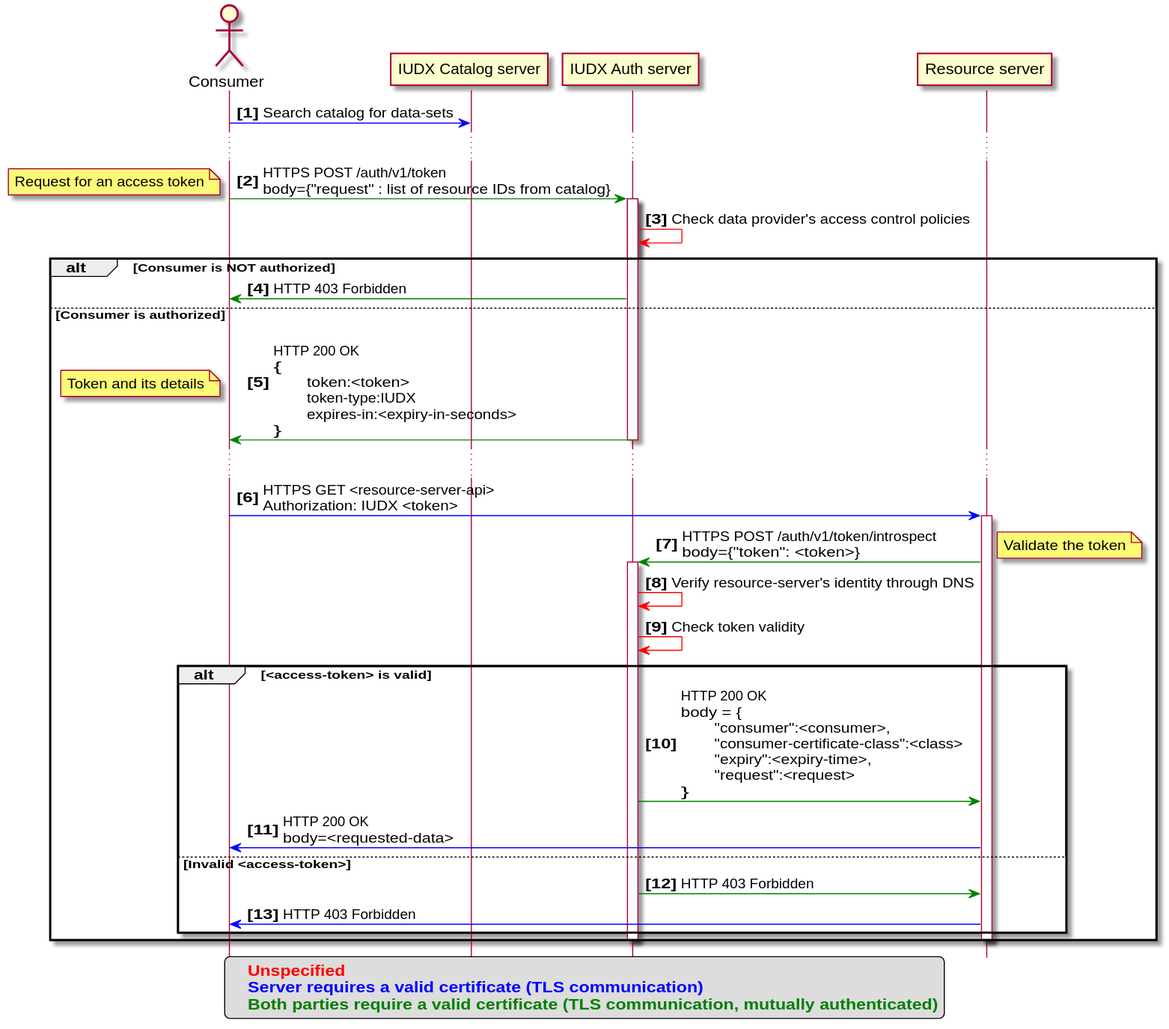
This is auth/consumer.svg from datasetu/datasetu.github.io, a PlantUML export, as it was before one commit. The source it was exported from:
```plantuml
@startuml
hide footbox

autonumber "<b>[0]"

actor "Consumer" as c


participant "IUDX Catalog server" as catalog

participant "IUDX Auth server" as auth
participant "Resource server" as rs

c -[#blue]> catalog : Search catalog for data-sets
...

c -[#green]> auth : HTTPS POST /auth/v1/token\nbody={"request" : list of resource IDs from catalog}
note left: Request for an access token

activate auth
auth -[#red]> auth : Check data provider's access control policies

alt Consumer is NOT authorized
    auth -[#green]> c : HTTP 403 Forbidden

else Consumer is authorized

    auth -[#green]> c : \nHTTP 200 OK\n{\n\ttoken:<token>\n\ttoken-type:IUDX\n\texpires-in:<expiry-in-seconds>\n}
    note left: Token and its details
    deactivate auth

    ...

    c -[#blue]> rs : HTTPS GET <resource-server-api>\nAuthorization: IUDX <token>
    activate rs
    rs -[#green]> auth : HTTPS POST /auth/v1/token/introspect\nbody={"token": <token>}
    note right: Validate the token
    activate auth

    auth -[#red]> auth: Verify resource-server's identity through DNS

    auth -[#red]> auth: Check token validity

    alt <access-token> is valid
        auth -[#green]> rs : HTTP 200 OK\nbody = {\n\t"consumer":<consumer>,\n\t"consumer-certificate-class":<class>\n\t"expiry":<expiry-time>,\n\t"request":<request>\n}

        rs -[#blue]> c : HTTP 200 OK\nbody=<requested-data>

    else Invalid <access-token>
        auth -[#green]> rs: HTTP 403 Forbidden
        rs -[#blue]> c : HTTP 403 Forbidden
    end

    deactivate auth
    deactivate rs
end

legend
<back:#red>   </back> <font color=red><b>Unspecified</b></font>
<back:blue>   </back> <font color=blue><b>Server requires a valid certificate (TLS communication)</b></font>
<back:green>   </back> <font color=green><b>Both parties require a valid certificate (TLS communication, mutually authenticated)</b></font>
endlegend
@enduml
```
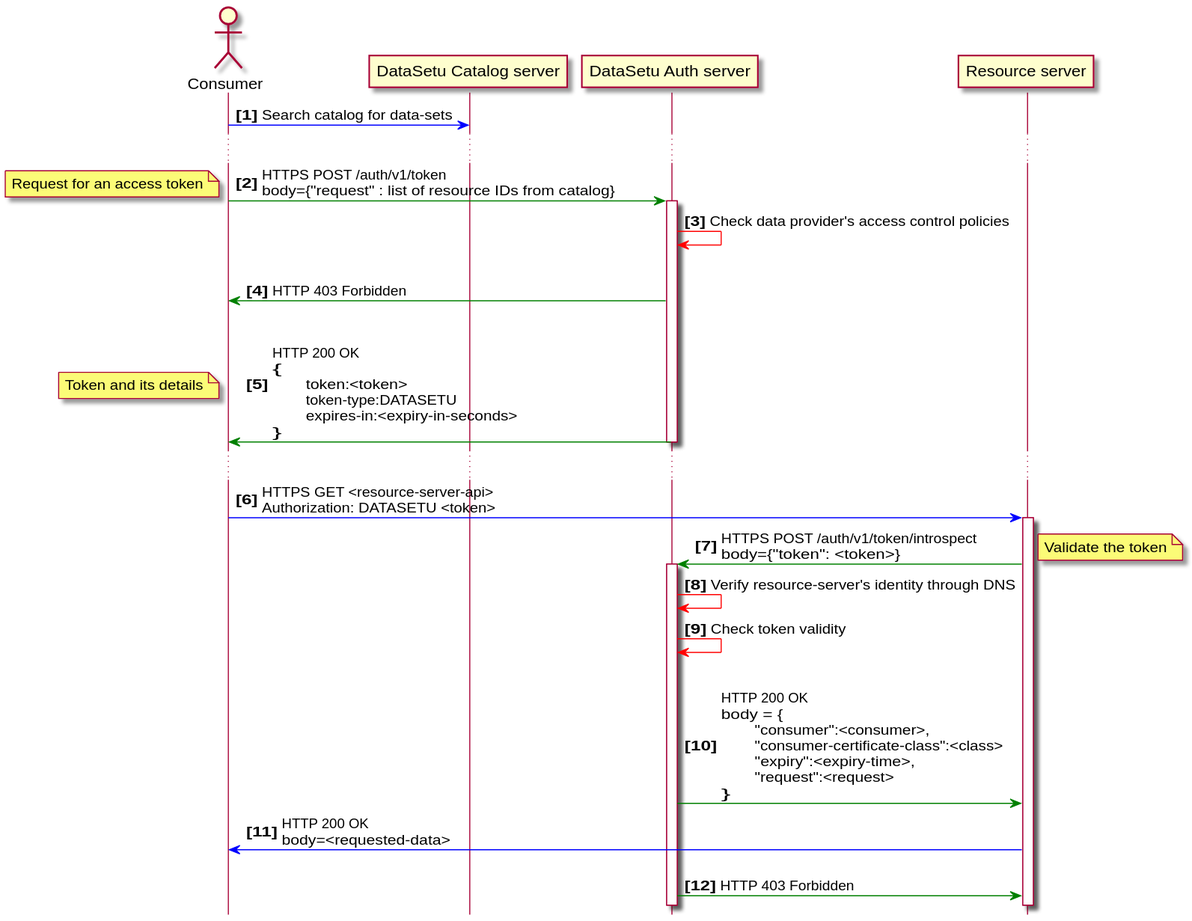
After the commit.

What changed in the source:
```diff
@@ -6,9 +6,9 @@
 actor "Consumer" as c
 
 
-participant "IUDX Catalog server" as catalog
+participant "DataSetu Catalog server" as catalog
 
-participant "IUDX Auth server" as auth
+participant "DataSetu Auth server" as auth
 participant "Resource server" as rs
 
 c -[#blue]> catalog : Search catalog for data-sets
@@ -25,13 +25,13 @@
 
 else Consumer is authorized
 
-    auth -[#green]> c : \nHTTP 200 OK\n{\n\ttoken:<token>\n\ttoken-type:IUDX\n\texpires-in:<expiry-in-seconds>\n}
+    auth -[#green]> c : \nHTTP 200 OK\n{\n\ttoken:<token>\n\ttoken-type:DATASETU\n\texpires-in:<expiry-in-seconds>\n}
     note left: Token and its details
     deactivate auth
 
     ...
 
-    c -[#blue]> rs : HTTPS GET <resource-server-api>\nAuthorization: IUDX <token>
+    c -[#blue]> rs : HTTPS GET <resource-server-api>\nAuthorization: DATASETU <token>
     activate rs
     rs -[#green]> auth : HTTPS POST /auth/v1/token/introspect\nbody={"token": <token>}
     note right: Validate the token
@@ -48,16 +48,4 @@
 
     else Invalid <access-token>
         auth -[#green]> rs: HTTP 403 Forbidden
-        rs -[#blue]> c : HTTP 403 Forbidden
-    end
-
-    deactivate auth
-    deactivate rs
-end
-
-legend
-<back:#red>   </back> <font color=red><b>Unspecified</b></font>
-<back:blue>   </back> <font color=blue><b>Server requires a valid certificate (TLS communication)</b></font>
-<back:green>   </back> <font color=green><b>Both parties require a valid certificate (TLS communication, mutually authenticated)</b></font>
-endlegend
 @enduml
```
